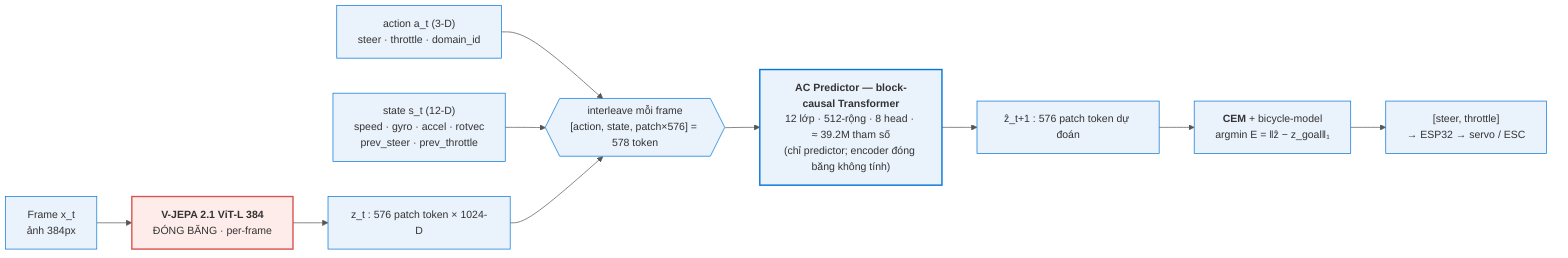
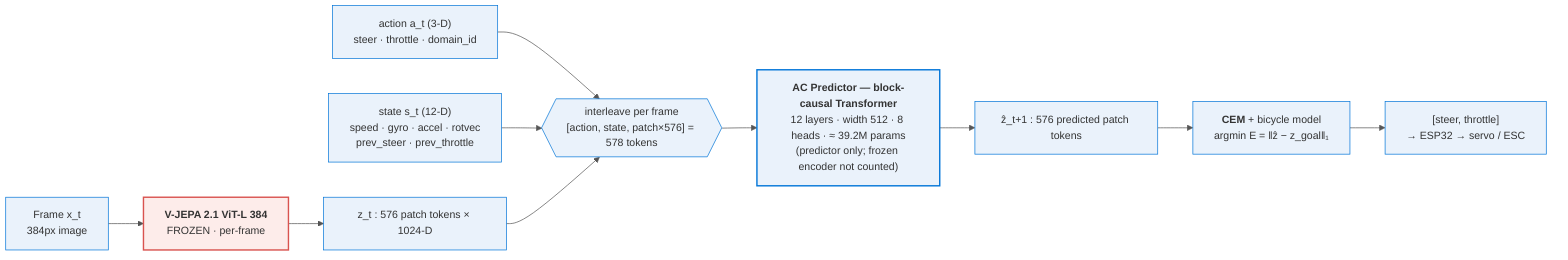
%%{init: {'theme':'base','themeVariables':{'fontSize':'15px','primaryColor':'#eaf2fb','primaryBorderColor':'#0275d8','lineColor':'#555'}}}%%
flowchart LR
-   IMG["Frame x_t<br/>ảnh 384px"] --> ENC["<b>V-JEPA 2.1 ViT-L 384</b><br/>ĐÓNG BĂNG · per-frame"]
-   ENC --> TOK["z_t : 576 patch token × 1024-D"]
+   IMG["Frame x_t<br/>384px image"] --> ENC["<b>V-JEPA 2.1 ViT-L 384</b><br/>FROZEN · per-frame"]
+   ENC --> TOK["z_t : 576 patch tokens × 1024-D"]
  ACT["action a_t (3-D)<br/>steer · throttle · domain_id"] --> GRP
  ST["state s_t (12-D)<br/>speed · gyro · accel · rotvec<br/>prev_steer · prev_throttle"] --> GRP
-   TOK --> GRP{{"interleave mỗi frame<br/>[action, state, patch×576] = 578 token"}}
-   GRP --> PRED["<b>AC Predictor — block-causal Transformer</b><br/>12 lớp · 512-rộng · 8 head · ≈ 39.2M tham số<br/>(chỉ predictor; encoder đóng băng không tính)"]
-   PRED --> ZH["ẑ_t+1 : 576 patch token dự đoán"]
-   ZH --> CEM["<b>CEM</b> + bicycle-model<br/>argmin E = ‖ẑ − z_goal‖₁"]
+   TOK --> GRP{{"interleave per frame<br/>[action, state, patch×576] = 578 tokens"}}
+   GRP --> PRED["<b>AC Predictor — block-causal Transformer</b><br/>12 layers · width 512 · 8 heads · ≈ 39.2M params<br/>(predictor only; frozen encoder not counted)"]
+   PRED --> ZH["ẑ_t+1 : 576 predicted patch tokens"]
+   ZH --> CEM["<b>CEM</b> + bicycle model<br/>argmin E = ‖ẑ − z_goal‖₁"]
  CEM --> OUT["[steer, throttle]<br/>→ ESP32 → servo / ESC"]
  classDef frozen fill:#fdecea,stroke:#d9534f,stroke-width:2px;
  classDef train fill:#eaf2fb,stroke:#0275d8,stroke-width:2px;
  class ENC frozen;
  class PRED train;
